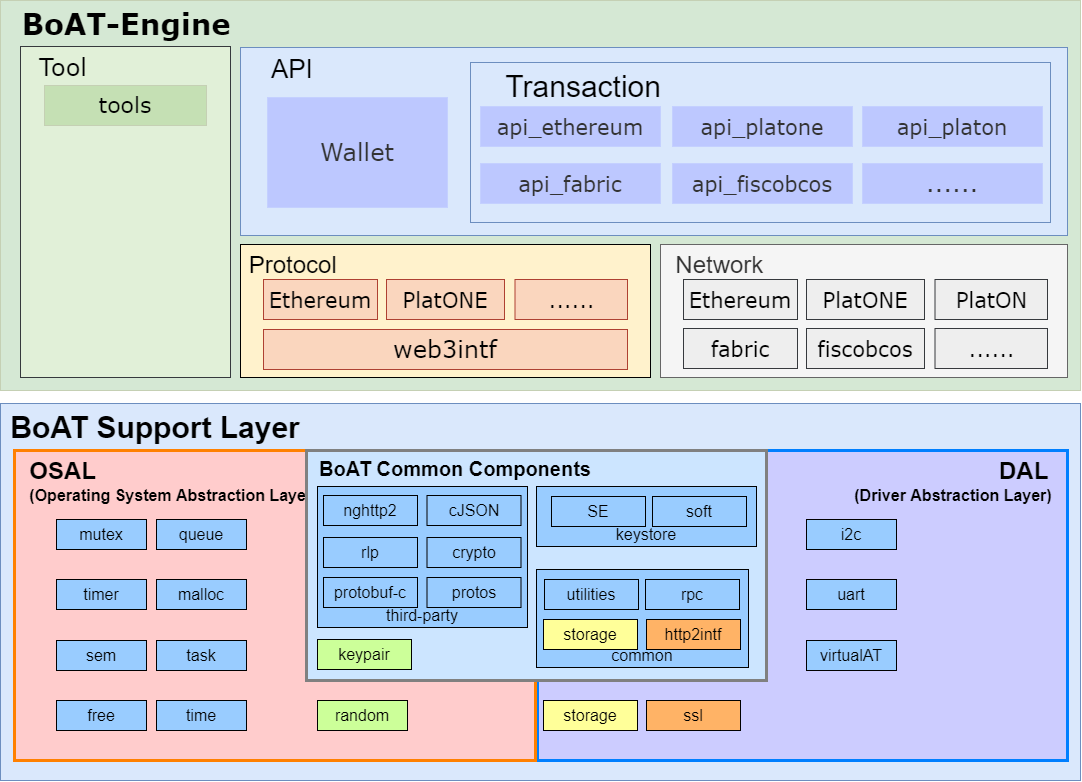
The draw.io diagram docs/images/BoAT_Overall_Design_cn-F4-1-BoAT_Overall_Framework.png in phengao/hello-world, before a commit. Source tidied: cells renumbered, new cells last; positions are measured from the earlier drawing's top-left corner, leaving out a move shared by most shapes.
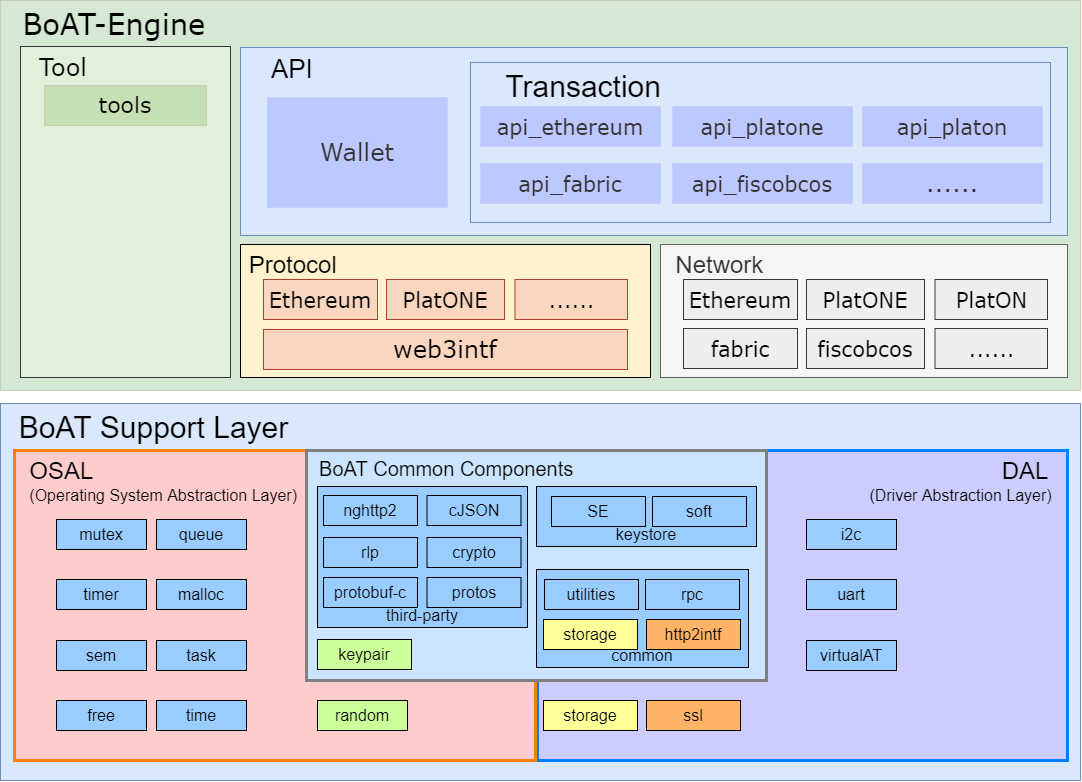
The same file after the commit.

The edit, as a diff of the source:
```diff
@@ -2,7 +2,7 @@
   <root>
     <mxCell id="0" />
     <mxCell id="1" parent="0" />
-    <mxCell id="2" value="&lt;b&gt;&amp;nbsp; BoAT-Engine&lt;/b&gt;" style="rounded=0;whiteSpace=wrap;html=1;strokeColor=#C5D0B4;strokeWidth=1;fontFamily=Verdana;fontSize=29;fillColor=#D5E8D4;verticalAlign=top;align=left;" parent="1" vertex="1">
+    <mxCell id="2" value="&amp;nbsp; BoAT-Engine" style="rounded=0;whiteSpace=wrap;html=1;strokeColor=#C5D0B4;strokeWidth=1;fontFamily=Verdana;fontSize=29;fillColor=#D5E8D4;verticalAlign=top;align=left;" parent="1" vertex="1">
       <mxGeometry width="1080" height="390" as="geometry" />
     </mxCell>
     <mxCell id="3" value="&amp;nbsp; &amp;nbsp; API" style="rounded=0;whiteSpace=wrap;html=1;rotation=0;fillColor=#dae8fc;strokeColor=#6c8ebf;verticalAlign=top;fontSize=26;align=left;" parent="1" vertex="1">
@@ -74,7 +74,7 @@
     <mxCell id="25" value="tools" style="rounded=0;whiteSpace=wrap;html=1;strokeColor=#C5D0B4;strokeWidth=1;fontFamily=Verdana;fontSize=22;fillColor=#C5E0B4;" parent="1" vertex="1">
       <mxGeometry x="44" y="85" width="162" height="40" as="geometry" />
     </mxCell>
-    <mxCell id="26" value="&lt;b&gt;&amp;nbsp;BoAT Support Layer&lt;/b&gt;" style="rounded=0;whiteSpace=wrap;html=1;rotation=0;fillColor=#dae8fc;strokeColor=#6c8ebf;verticalAlign=top;fontSize=30;align=left;" parent="1" vertex="1">
+    <mxCell id="26" value="&amp;nbsp; BoAT Support Layer" style="rounded=0;whiteSpace=wrap;html=1;rotation=0;fillColor=#dae8fc;strokeColor=#6c8ebf;verticalAlign=top;fontSize=30;align=left;" parent="1" vertex="1">
       <mxGeometry y="403" width="1080" height="377" as="geometry" />
     </mxCell>
     <mxCell id="27" value="mutex" style="rounded=0;whiteSpace=wrap;html=1;fillColor=#99CCFF;align=center;fontSize=16;" parent="1" vertex="1">
@@ -167,7 +167,7 @@
     <mxCell id="56" value="soft" style="rounded=0;whiteSpace=wrap;html=1;fillColor=#99CCFF;align=center;fontSize=16;" parent="53" vertex="1">
       <mxGeometry x="116" y="10" width="94" height="30" as="geometry" />
     </mxCell>
-    <mxCell id="57" value="&lt;b&gt;&lt;font style=&quot;font-size: 24px;&quot;&gt;DAL&lt;/font&gt;&lt;font style=&quot;&quot;&gt;&lt;span style=&quot;font-size: 20px;&quot;&gt;&amp;nbsp; &amp;nbsp;&lt;/span&gt;&lt;br&gt;&lt;font style=&quot;font-size: 16px;&quot;&gt;(Driver Abstraction Layer)&amp;nbsp; &amp;nbsp;&lt;/font&gt;&lt;/font&gt;&lt;/b&gt;" style="rounded=0;whiteSpace=wrap;html=1;rotation=0;fillColor=#CCCCFF;strokeColor=#007FFF;verticalAlign=top;fontSize=16;strokeWidth=3;align=right;" parent="1" vertex="1">
+    <mxCell id="57" value="&lt;font style=&quot;font-size: 24px;&quot;&gt;DAL&lt;/font&gt;&lt;font style=&quot;&quot;&gt;&lt;span style=&quot;font-size: 20px;&quot;&gt;&amp;nbsp; &amp;nbsp;&lt;/span&gt;&lt;br&gt;&lt;font style=&quot;font-size: 16px;&quot;&gt;(Driver Abstraction Layer)&amp;nbsp; &amp;nbsp;&lt;/font&gt;&lt;/font&gt;" style="rounded=0;whiteSpace=wrap;html=1;rotation=0;fillColor=#CCCCFF;strokeColor=#007FFF;verticalAlign=top;fontSize=16;strokeWidth=3;align=right;" parent="1" vertex="1">
       <mxGeometry x="537" y="450" width="530" height="310" as="geometry" />
     </mxCell>
     <mxCell id="58" value="uart" style="rounded=0;whiteSpace=wrap;html=1;fillColor=#99CCFF;align=center;fontSize=16;" parent="1" vertex="1">
@@ -179,7 +179,7 @@
     <mxCell id="60" value="virtualAT" style="rounded=0;whiteSpace=wrap;html=1;fillColor=#99CCFF;align=center;fontSize=16;" parent="1" vertex="1">
       <mxGeometry x="806" y="640" width="90" height="30" as="geometry" />
     </mxCell>
-    <mxCell id="61" value="&lt;font style=&quot;&quot;&gt;&lt;b&gt;&lt;font style=&quot;font-size: 24px;&quot;&gt;&amp;nbsp; OSAL&amp;nbsp;&lt;/font&gt;&lt;br&gt;&lt;font style=&quot;font-size: 16px;&quot;&gt;&amp;nbsp; &amp;nbsp;(Operating System Abstraction Layer)&lt;/font&gt;&lt;/b&gt;&lt;/font&gt;" style="rounded=0;whiteSpace=wrap;html=1;rotation=0;fillColor=#FFCCCC;strokeColor=#FF8000;verticalAlign=top;fontSize=16;strokeWidth=3;align=left;" parent="1" vertex="1">
+    <mxCell id="61" value="&lt;font style=&quot;&quot;&gt;&lt;font style=&quot;font-size: 24px;&quot;&gt;&amp;nbsp; OSAL&amp;nbsp;&lt;/font&gt;&lt;br&gt;&lt;font style=&quot;font-size: 16px;&quot;&gt;&amp;nbsp; &amp;nbsp;(Operating System Abstraction Layer)&lt;/font&gt;&lt;/font&gt;" style="rounded=0;whiteSpace=wrap;html=1;rotation=0;fillColor=#FFCCCC;strokeColor=#FF8000;verticalAlign=top;fontSize=16;strokeWidth=3;align=left;" parent="1" vertex="1">
       <mxGeometry x="14" y="450" width="521" height="310" as="geometry" />
     </mxCell>
     <mxCell id="62" value="mutex" style="rounded=0;whiteSpace=wrap;html=1;fillColor=#99CCFF;align=center;fontSize=16;" parent="1" vertex="1">
@@ -209,7 +209,7 @@
     <mxCell id="70" value="time" style="rounded=0;whiteSpace=wrap;html=1;fillColor=#99CCFF;align=center;fontSize=16;" parent="1" vertex="1">
       <mxGeometry x="156" y="700" width="90" height="30" as="geometry" />
     </mxCell>
-    <mxCell id="71" value="&lt;font style=&quot;font-size: 20px;&quot;&gt;&lt;b&gt;&amp;nbsp; BoAT Common Components&lt;/b&gt;&lt;/font&gt;" style="rounded=0;whiteSpace=wrap;html=1;rotation=0;fillColor=#CCE5FF;strokeColor=#808080;verticalAlign=top;fontSize=17;strokeWidth=3;align=left;" parent="1" vertex="1">
+    <mxCell id="71" value="&lt;font style=&quot;font-size: 20px;&quot;&gt;&amp;nbsp; BoAT Common Components&lt;/font&gt;" style="rounded=0;whiteSpace=wrap;html=1;rotation=0;fillColor=#CCE5FF;strokeColor=#808080;verticalAlign=top;fontSize=17;strokeWidth=3;align=left;" parent="1" vertex="1">
       <mxGeometry x="306" y="450" width="460" height="230" as="geometry" />
     </mxCell>
     <mxCell id="72" value="keypair" style="rounded=0;whiteSpace=wrap;html=1;fillColor=#CCFF99;align=center;fontSize=16;" parent="1" vertex="1">
```
